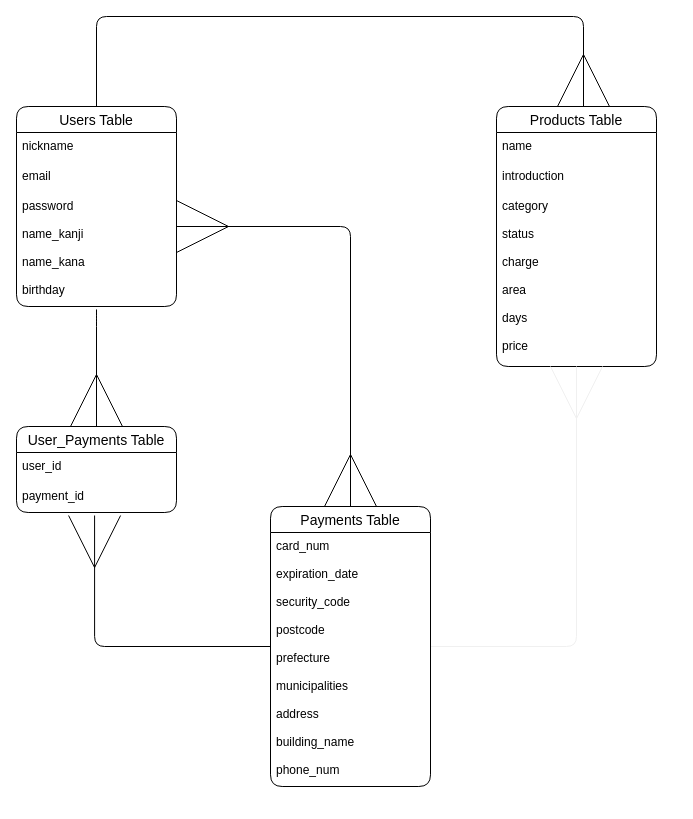
Above: furima.dio in nishipee/furima-35493 (draw.io), before the change. Source tidied: cells renumbered, new cells numbered last; positions are measured from the earlier drawing's top-left corner, leaving out a move shared by most shapes. Both pictures are drawn from the tidied source at 100%, with x=0, y=0 at pixel (16, 16).
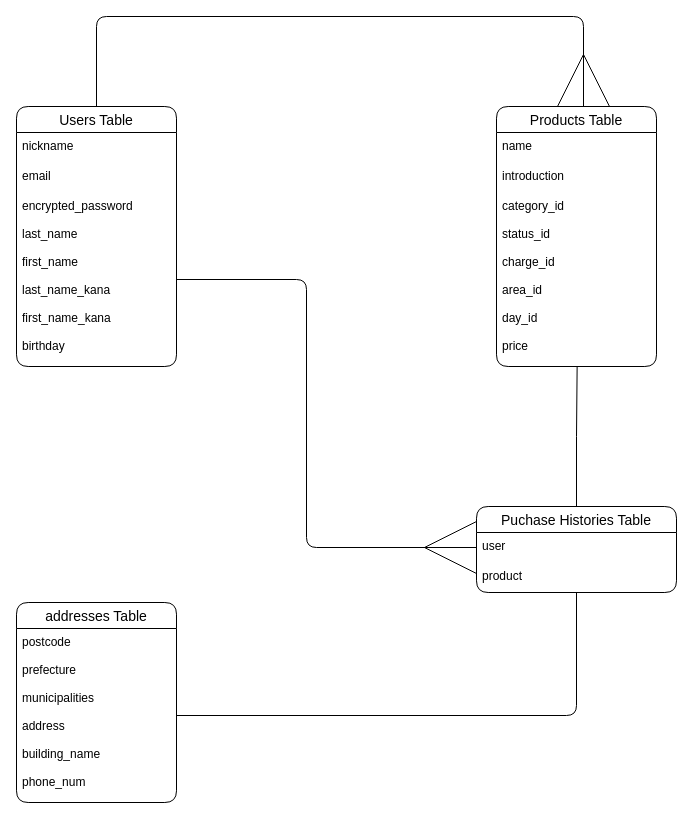
Above is the later version.

Unchanged cells that the change refers to:
```xml
<mxCell id="6" value="Products Table" style="swimlane;fontStyle=0;horizontal=1;startSize=26;align=center;fontSize=14;rounded=1;" parent="1" vertex="1">
  <mxGeometry x="480" y="90" width="160" height="260" as="geometry" />
</mxCell>
```

Diff of the diagram source:
```diff
@@
     <mxCell id="2" value="Users Table" style="swimlane;fontStyle=0;horizontal=1;startSize=26;align=center;fontSize=14;rounded=1;" parent="1" vertex="1">
-      <mxGeometry y="90" width="160" height="200" as="geometry" />
+      <mxGeometry y="90" width="160" height="260" as="geometry" />
     </mxCell>
@@
-    <mxCell id="5" value="password&#10;&#10;name_kanji&#10;&#10;name_kana&#10;&#10;birthday" style="text;strokeColor=none;fillColor=none;spacingLeft=4;spacingRight=4;overflow=hidden;points=[[0,0.5],[1,0.5]];portConstraint=eastwest;fontSize=12;rounded=1;" parent="2" vertex="1">
-      <mxGeometry y="86" width="160" height="114" as="geometry" />
+    <mxCell id="5" value="encrypted_password&#10;&#10;last_name&#10;&#10;first_name&#10;&#10;last_name_kana&#10;&#10;first_name_kana&#10;&#10;birthday" style="text;strokeColor=none;fillColor=none;spacingLeft=4;spacingRight=4;overflow=hidden;points=[[0,0.5],[1,0.5]];portConstraint=eastwest;fontSize=12;rounded=1;" parent="2" vertex="1">
+      <mxGeometry y="86" width="160" height="174" as="geometry" />
     </mxCell>
@@
-    <mxCell id="9" value="category&#10;&#10;status&#10;&#10;charge&#10;&#10;area&#10;&#10;days&#10;&#10;price" style="text;strokeColor=none;fillColor=none;spacingLeft=4;spacingRight=4;overflow=hidden;points=[[0,0.5],[1,0.5]];portConstraint=eastwest;fontSize=12;rounded=1;" parent="6" vertex="1">
+    <mxCell id="9" value="category_id&#10;&#10;status_id&#10;&#10;charge_id&#10;&#10;area_id&#10;&#10;day_id&#10;&#10;price" style="text;strokeColor=none;fillColor=none;spacingLeft=4;spacingRight=4;overflow=hidden;points=[[0,0.5],[1,0.5]];portConstraint=eastwest;fontSize=12;rounded=1;" parent="6" vertex="1">
       <mxGeometry y="86" width="160" height="174" as="geometry" />
     </mxCell>
-    <mxCell id="10" style="edgeStyle=none;rounded=1;jettySize=auto;html=1;exitX=1;exitY=0.5;exitDx=0;exitDy=0;startArrow=none;startFill=0;endArrow=ERmany;endFill=0;startSize=50;sourcePerimeterSpacing=50;strokeColor=#f0f0f0;entryX=0.5;entryY=1;entryDx=0;entryDy=0;endSize=50;" parent="1" edge="1" source="11" target="6">
-      <mxGeometry relative="1" as="geometry">
-        <Array as="points">
-          <mxPoint x="560" y="630" />
-        </Array>
-      </mxGeometry>
-    </mxCell>
-    <mxCell id="11" value="Payments Table" style="swimlane;fontStyle=0;horizontal=1;startSize=26;align=center;fontSize=14;rounded=1;" parent="1" vertex="1">
-      <mxGeometry x="254" y="490" width="160" height="280" as="geometry" />
+    <mxCell id="11" value="addresses Table" style="swimlane;fontStyle=0;horizontal=1;startSize=26;align=center;fontSize=14;rounded=1;" parent="1" vertex="1">
+      <mxGeometry y="586" width="160" height="200" as="geometry" />
     </mxCell>
-    <mxCell id="12" value="card_num&#10;&#10;expiration_date&#10;&#10;security_code&#10;&#10;postcode&#10;&#10;prefecture&#10;&#10;municipalities&#10;&#10;address&#10;&#10;building_name&#10;&#10;phone_num" style="text;strokeColor=none;fillColor=none;spacingLeft=4;spacingRight=4;overflow=hidden;points=[[0,0.5],[1,0.5]];portConstraint=eastwest;fontSize=12;rounded=1;" parent="11" vertex="1">
-      <mxGeometry y="26" width="160" height="254" as="geometry" />
+    <mxCell id="12" value="postcode&#10;&#10;prefecture&#10;&#10;municipalities&#10;&#10;address&#10;&#10;building_name&#10;&#10;phone_num" style="text;strokeColor=none;fillColor=none;spacingLeft=4;spacingRight=4;overflow=hidden;points=[[0,0.5],[1,0.5]];portConstraint=eastwest;fontSize=12;rounded=1;" parent="11" vertex="1">
+      <mxGeometry y="26" width="160" height="174" as="geometry" />
     </mxCell>
@@
-    <mxCell id="14" style="edgeStyle=orthogonalEdgeStyle;jettySize=auto;html=1;endArrow=ERmany;endFill=0;strokeWidth=1;endSize=50;entryX=0.5;entryY=0;entryDx=0;entryDy=0;startSize=50;sourcePerimeterSpacing=50;startArrow=ERmany;startFill=0;" parent="1" edge="1" target="11">
-      <mxGeometry relative="1" as="geometry">
-        <mxPoint x="160" y="210" as="sourcePoint" />
-        <Array as="points">
-          <mxPoint x="334" y="210" />
-        </Array>
-      </mxGeometry>
-    </mxCell>
-    <mxCell id="15" value="User_Payments Table" style="swimlane;fontStyle=0;horizontal=1;startSize=26;align=center;fontSize=14;rounded=1;" parent="1" vertex="1">
-      <mxGeometry y="410" width="160" height="86" as="geometry" />
-    </mxCell>
-    <mxCell id="16" value="user_id" style="text;strokeColor=none;fillColor=none;spacingLeft=4;spacingRight=4;overflow=hidden;fontSize=12;rounded=1;" parent="15" vertex="1">
-      <mxGeometry y="26" width="160" height="30" as="geometry" />
-    </mxCell>
-    <mxCell id="17" value="payment_id" style="text;strokeColor=none;fillColor=none;spacingLeft=4;spacingRight=4;overflow=hidden;points=[[0,0.5],[1,0.5]];portConstraint=eastwest;fontSize=12;rounded=1;" parent="15" vertex="1">
-      <mxGeometry y="56" width="160" height="30" as="geometry" />
-    </mxCell>
-    <mxCell id="18" style="edgeStyle=orthogonalEdgeStyle;jettySize=auto;html=1;endArrow=ERmany;endFill=0;strokeWidth=1;endSize=50;exitX=0.5;exitY=1.026;exitDx=0;exitDy=0;exitPerimeter=0;" parent="1" edge="1" source="5" target="15">
-      <mxGeometry relative="1" as="geometry">
-        <Array as="points">
-          <mxPoint x="80" y="300" />
-          <mxPoint x="80" y="300" />
-        </Array>
-      </mxGeometry>
-    </mxCell>
-    <mxCell id="19" style="edgeStyle=orthogonalEdgeStyle;jettySize=auto;html=1;endArrow=ERmany;endFill=0;strokeWidth=1;endSize=50;entryX=0.488;entryY=1.1;entryDx=0;entryDy=0;exitX=0;exitY=0.5;exitDx=0;exitDy=0;entryPerimeter=0;" parent="1" edge="1" source="11" target="17">
-      <mxGeometry relative="1" as="geometry">
-        <Array as="points">
-          <mxPoint x="78" y="630" />
-        </Array>
-      </mxGeometry>
-    </mxCell>
+    <mxCell id="20" style="edgeStyle=orthogonalEdgeStyle;rounded=0;jettySize=auto;html=1;exitX=0.5;exitY=0;exitDx=0;exitDy=0;entryX=0.504;entryY=1.002;entryDx=0;entryDy=0;entryPerimeter=0;endArrow=none;endFill=0;" parent="1" edge="1" source="22" target="9">
+      <mxGeometry relative="1" as="geometry" />
+    </mxCell>
+    <mxCell id="21" style="edgeStyle=orthogonalEdgeStyle;rounded=1;jettySize=auto;html=1;entryX=1;entryY=0.5;entryDx=0;entryDy=0;endArrow=none;endFill=0;endSize=50;startArrow=none;startFill=0;startSize=50;" parent="1" edge="1" source="22" target="12">
+      <mxGeometry relative="1" as="geometry" />
+    </mxCell>
+    <mxCell id="22" value="Puchase Histories Table" style="swimlane;fontStyle=0;horizontal=1;startSize=26;align=center;fontSize=14;rounded=1;" parent="1" vertex="1">
+      <mxGeometry x="460" y="490" width="200" height="86" as="geometry" />
+    </mxCell>
+    <mxCell id="23" value="user" style="text;strokeColor=none;fillColor=none;spacingLeft=4;spacingRight=4;overflow=hidden;points=[[0,0.5],[1,0.5]];portConstraint=eastwest;fontSize=12;" parent="22" vertex="1">
+      <mxGeometry y="26" width="200" height="30" as="geometry" />
+    </mxCell>
+    <mxCell id="24" value="product" style="text;strokeColor=none;fillColor=none;spacingLeft=4;spacingRight=4;overflow=hidden;fontSize=12;" parent="22" vertex="1">
+      <mxGeometry y="56" width="200" height="30" as="geometry" />
+    </mxCell>
+    <mxCell id="25" style="edgeStyle=orthogonalEdgeStyle;rounded=1;jettySize=auto;html=1;exitX=1;exitY=0.5;exitDx=0;exitDy=0;entryX=0;entryY=0.5;entryDx=0;entryDy=0;endArrow=ERmany;endFill=0;endSize=50;" parent="1" edge="1" source="5" target="23">
+      <mxGeometry relative="1" as="geometry" />
+    </mxCell>
```
